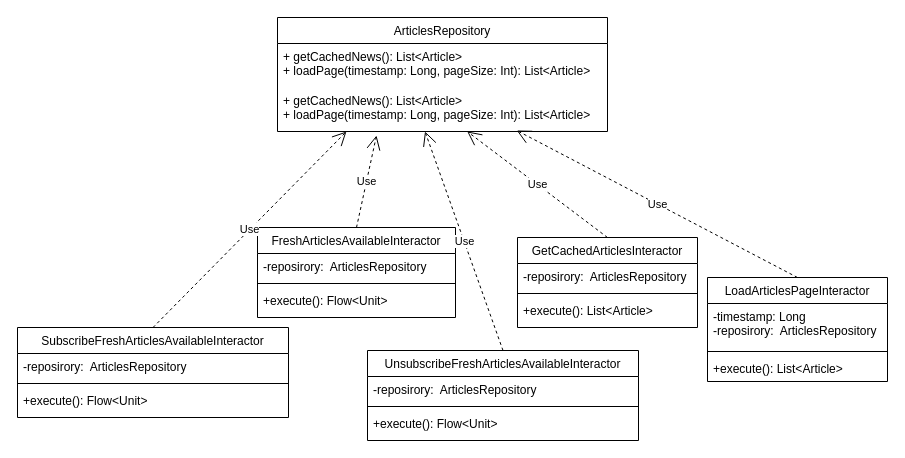
Before: design/domain_layer_class_diagram.drawio in antonid08/NewsAggregator, a draw.io diagram. Source tidied: cells renumbered, new cells numbered last; positions are measured from the earlier drawing's top-left corner, leaving out a move shared by most shapes. Both pictures are drawn from the tidied source at 100%, with x=0, y=0 at pixel (17, 17).
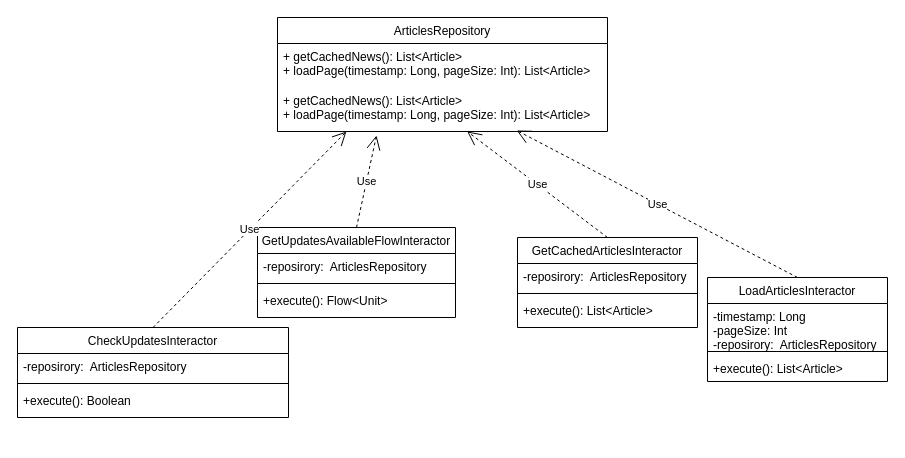
Above is the later version.

Commit message (it also covers changes not shown here):
Class diagrams updated

The change refers to these unchanged cells:
```xml
<mxCell id="16" value="+ getCachedNews(): List&lt;Article&gt;&#10;+ loadPage(timestamp: Long, pageSize: Int): List&lt;Article&gt;" style="text;align=left;verticalAlign=top;spacingLeft=4;spacingRight=4;overflow=hidden;points=[[0,0.5],[1,0.5]];portConstraint=eastwest;" parent="14" vertex="1">
  <mxGeometry y="70" width="330" height="44" as="geometry" />
</mxCell>
```

What changed in the source:
```diff
@@
-    <mxCell id="6" value="LoadArticlesPageInteractor" style="swimlane;fontStyle=0;align=center;verticalAlign=top;horizontal=1;startSize=26;rounded=0;shadow=0;strokeWidth=1;" parent="1" vertex="1">
+    <mxCell id="6" value="LoadArticlesInteractor" style="swimlane;fontStyle=0;align=center;verticalAlign=top;horizontal=1;startSize=26;rounded=0;shadow=0;strokeWidth=1;" parent="1" vertex="1">
       <mxGeometry x="690" y="260" width="180" height="104" as="geometry" />
     </mxCell>
-    <mxCell id="7" value="-timestamp: Long&#10;-reposirory:  ArticlesRepository" style="text;align=left;verticalAlign=top;spacingLeft=4;spacingRight=4;overflow=hidden;rounded=0;shadow=0;html=0;" parent="6" vertex="1">
+    <mxCell id="7" value="-timestamp: Long&#10;-pageSize: Int&#10;-reposirory:  ArticlesRepository" style="text;align=left;verticalAlign=top;spacingLeft=4;spacingRight=4;overflow=hidden;rounded=0;shadow=0;html=0;" parent="6" vertex="1">
       <mxGeometry y="26" width="180" height="44" as="geometry" />
     </mxCell>
@@
-    <mxCell id="10" value="FreshArticlesAvailableInteractor" style="swimlane;fontStyle=0;align=center;verticalAlign=top;horizontal=1;startSize=26;rounded=0;shadow=0;strokeWidth=1;" parent="1" vertex="1">
+    <mxCell id="10" value="GetUpdatesAvailableFlowInteractor" style="swimlane;fontStyle=0;align=center;verticalAlign=top;horizontal=1;startSize=26;rounded=0;shadow=0;strokeWidth=1;" parent="1" vertex="1">
       <mxGeometry x="240" y="210" width="198" height="90" as="geometry" />
     </mxCell>
@@
-    <mxCell id="17" value="SubscribeFreshArticlesAvailableInteractor" style="swimlane;fontStyle=0;align=center;verticalAlign=top;horizontal=1;startSize=26;rounded=0;shadow=0;strokeWidth=1;" parent="1" vertex="1">
+    <mxCell id="17" value="CheckUpdatesInteractor" style="swimlane;fontStyle=0;align=center;verticalAlign=top;horizontal=1;startSize=26;rounded=0;shadow=0;strokeWidth=1;" parent="1" vertex="1">
       <mxGeometry y="310" width="271" height="90" as="geometry" />
     </mxCell>
@@
-    <mxCell id="20" value="+execute(): Flow&lt;Unit&gt;" style="text;align=left;verticalAlign=top;spacingLeft=4;spacingRight=4;overflow=hidden;" parent="17" vertex="1">
+    <mxCell id="20" value="+execute(): Boolean" style="text;align=left;verticalAlign=top;spacingLeft=4;spacingRight=4;overflow=hidden;" parent="17" vertex="1">
       <mxGeometry y="60" width="271" height="26" as="geometry" />
     </mxCell>
-    <mxCell id="21" value="UnsubscribeFreshArticlesAvailableInteractor" style="swimlane;fontStyle=0;align=center;verticalAlign=top;horizontal=1;startSize=26;rounded=0;shadow=0;strokeWidth=1;" parent="1" vertex="1">
-      <mxGeometry x="350" y="333" width="271" height="90" as="geometry" />
-    </mxCell>
-    <mxCell id="22" value="-reposirory:  ArticlesRepository" style="text;align=left;verticalAlign=top;spacingLeft=4;spacingRight=4;overflow=hidden;rounded=0;shadow=0;html=0;" parent="21" vertex="1">
-      <mxGeometry y="26" width="271" height="26" as="geometry" />
-    </mxCell>
-    <mxCell id="23" style="line;html=1;strokeWidth=1;align=left;verticalAlign=middle;spacingTop=-1;spacingLeft=3;spacingRight=3;labelPosition=right;" parent="21" vertex="1">
-      <mxGeometry y="52" width="271" height="8" as="geometry" />
-    </mxCell>
-    <mxCell id="24" value="+execute(): Flow&lt;Unit&gt;" style="text;align=left;verticalAlign=top;spacingLeft=4;spacingRight=4;overflow=hidden;" parent="21" vertex="1">
-      <mxGeometry y="60" width="271" height="26" as="geometry" />
-    </mxCell>
@@
-    <mxCell id="26" value="Use" style="endArrow=open;endSize=12;dashed=1;html=1;rounded=0;exitX=0.5;exitY=0;exitDx=0;exitDy=0;entryX=0.447;entryY=1;entryDx=0;entryDy=0;entryPerimeter=0;" parent="1" edge="1" source="21" target="16">
-      <mxGeometry relative="1" as="geometry" />
-    </mxCell>
```
